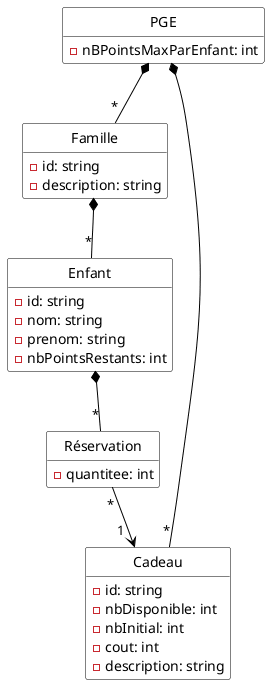
Above: Diagrammes/pge_uml_diag_classes.png in yasminebelmaaziz/dev_logiciel (PlantUML), before the change.
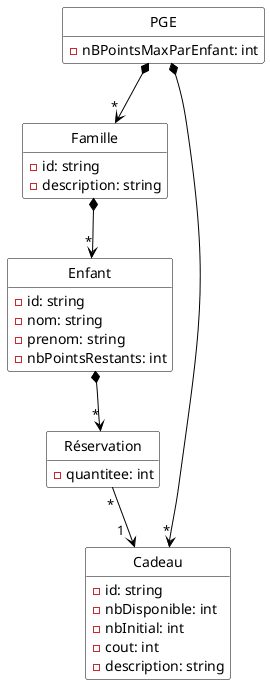
Above is the later version.

Commit message:
Modification navigabilité. Correction cas d'utilisation Ajouter Cadeau dans PGE

Diff of the diagram source:
```diff
@@ -38,14 +38,14 @@
 
 
 
-PGE *-- "*" Famille
-PGE *-- "*" Cadeau
+PGE *--> "*" Famille
+PGE *--> "*" Cadeau
 
-Enfant *--"*" Réservation
+Enfant *-->"*" Réservation
 Réservation "*"--> "1  " Cadeau
 
 
-Famille *-- "*" Enfant
+Famille *--> "*" Enfant
 
 
 @enduml
```
